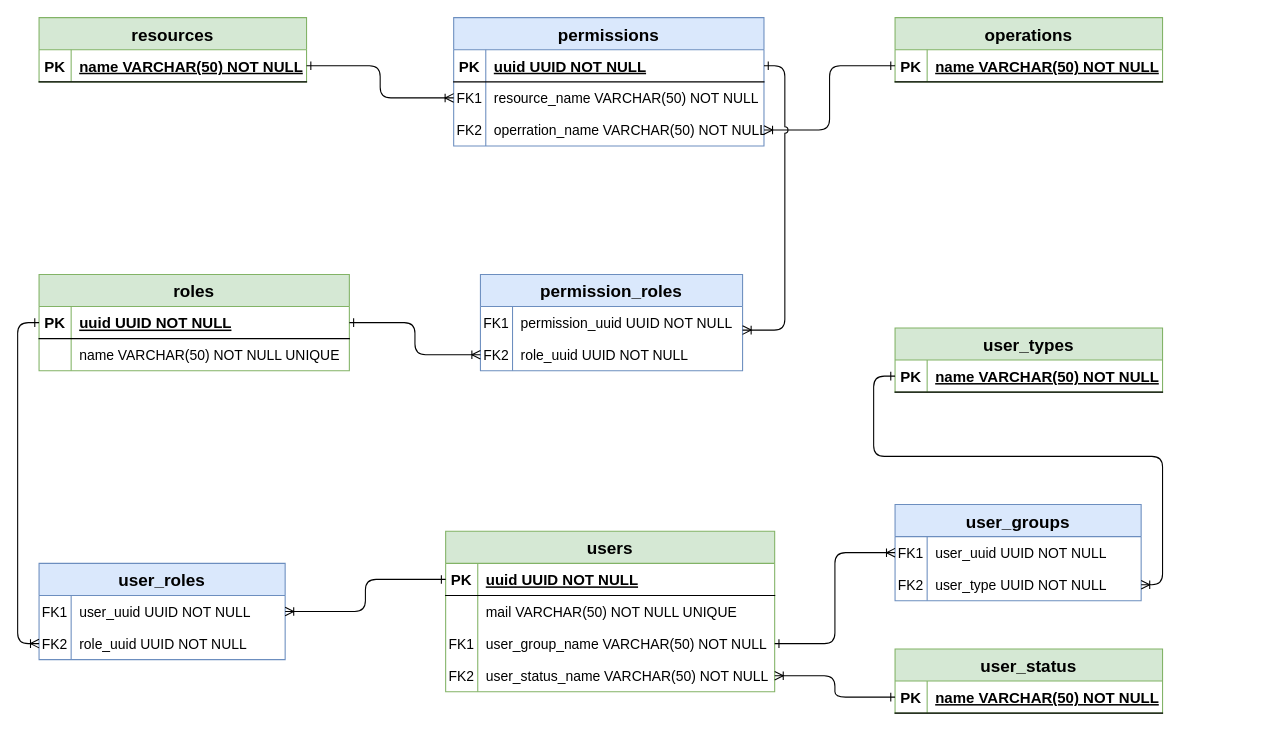
Above: diagrams/entity_relationship.drawio in jonathanroddev/Alfred (draw.io), before the change. Source tidied: cells renumbered, new cells numbered last; positions are measured from the earlier drawing's top-left corner, leaving out a move shared by most shapes. Both pictures are drawn from the tidied source at 107%, with x=0, y=0 at pixel (39, 17).
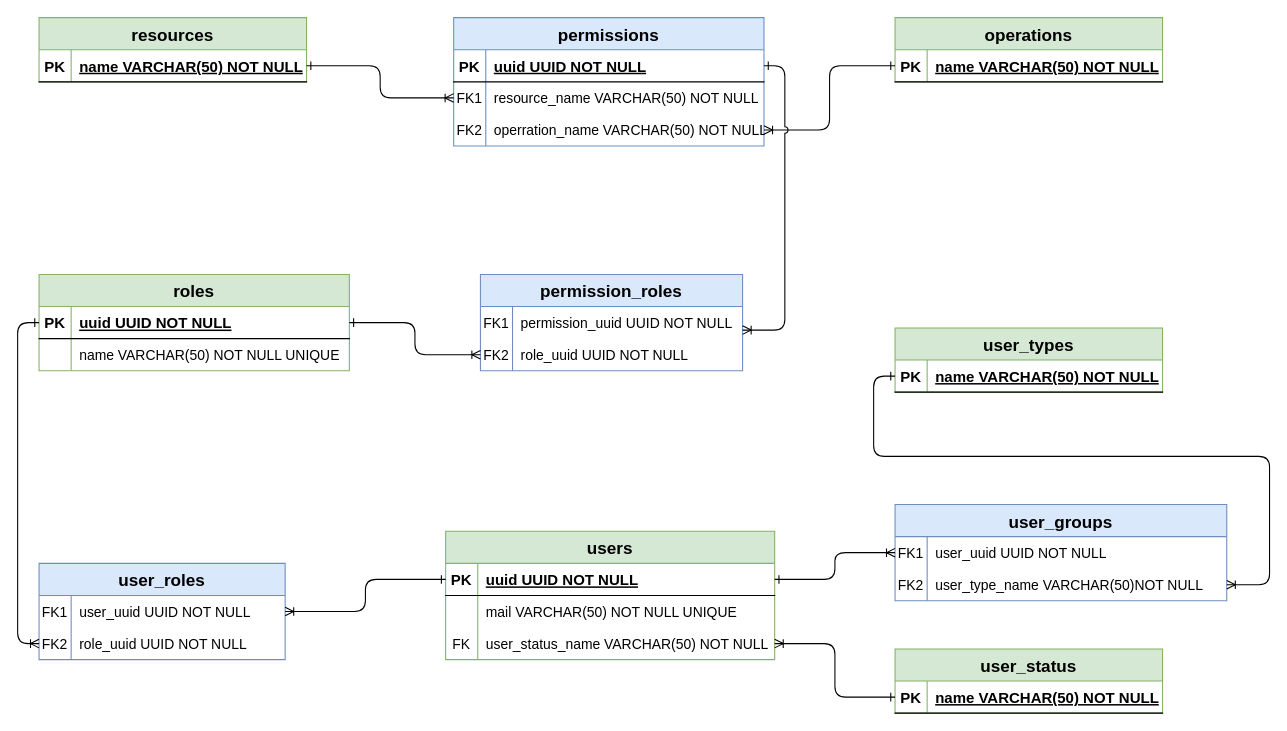
After the change.

The change refers to these unchanged cells:
```xml
<mxCell id="35" style="shape=partialRectangle;fillColor=none;points=[[0,0.5],[1,0.5]];portConstraint=eastwest;top=0;left=0;right=0;bottom=1;fontSize=13;" parent="34" vertex="1">
  <mxGeometry y="30" width="307.5" height="30" as="geometry" />
</mxCell>
<mxCell id="55" style="shape=partialRectangle;fillColor=none;points=[[0,0.5],[1,0.5]];portConstraint=eastwest;top=0;left=0;right=0;bottom=1;" parent="54" vertex="1">
  <mxGeometry y="30" width="250" height="30" as="geometry" />
</mxCell>
```

Change to the diagram source:
```diff
@@
     <mxCell id="34" value="users" style="shape=table;startSize=30;childLayout=tableLayout;rowLines=0;fontStyle=1;align=center;fontSize=16;fillColor=#d5e8d4;strokeColor=#82b366;" parent="1" vertex="1">
-      <mxGeometry x="380" y="480" width="307.5" height="150" as="geometry" />
+      <mxGeometry x="380" y="480" width="307.5" height="120" as="geometry" />
     </mxCell>
@@
-    <mxCell id="41" style="shape=partialRectangle;fillColor=none;points=[[0,0.5],[1,0.5]];portConstraint=eastwest;top=0;left=0;right=0;bottom=0;fontSize=13;" parent="34" vertex="1">
-      <mxGeometry y="90" width="307.5" height="30" as="geometry" />
-    </mxCell>
-    <mxCell id="42" value="FK1" style="shape=partialRectangle;overflow=hidden;fillColor=none;top=0;left=0;bottom=0;right=0;fontSize=13;" parent="41" vertex="1">
-      <mxGeometry width="30" height="30" as="geometry" />
-    </mxCell>
-    <mxCell id="43" value="user_group_name VARCHAR(50) NOT NULL" style="shape=partialRectangle;overflow=hidden;fillColor=none;top=0;left=0;bottom=0;right=0;align=left;spacingLeft=6;fontSize=13;" parent="41" vertex="1">
-      <mxGeometry x="30" width="277.5" height="30" as="geometry" />
-    </mxCell>
     <mxCell id="44" style="shape=partialRectangle;fillColor=none;points=[[0,0.5],[1,0.5]];portConstraint=eastwest;top=0;left=0;right=0;bottom=0;fontSize=13;" parent="34" vertex="1">
-      <mxGeometry y="120" width="307.5" height="30" as="geometry" />
+      <mxGeometry y="90" width="307.5" height="30" as="geometry" />
     </mxCell>
-    <mxCell id="45" value="FK2" style="shape=partialRectangle;overflow=hidden;fillColor=none;top=0;left=0;bottom=0;right=0;fontSize=13;" parent="44" vertex="1">
+    <mxCell id="45" value="FK" style="shape=partialRectangle;overflow=hidden;fillColor=none;top=0;left=0;bottom=0;right=0;fontSize=13;" parent="44" vertex="1">
       <mxGeometry width="30" height="30" as="geometry" />
     </mxCell>
@@
     <mxCell id="62" value="user_groups" style="shape=table;startSize=30;childLayout=tableLayout;rowLines=0;fontStyle=1;align=center;fontSize=16;fillColor=#dae8fc;strokeColor=#6c8ebf;" parent="1" vertex="1">
-      <mxGeometry x="800" y="455" width="230" height="90" as="geometry" />
+      <mxGeometry x="800" y="455" width="310" height="90" as="geometry" />
     </mxCell>
     <mxCell id="63" style="shape=partialRectangle;fillColor=none;points=[[0,0.5],[1,0.5]];portConstraint=eastwest;top=0;left=0;right=0;bottom=0;fontSize=13;" parent="62" vertex="1">
-      <mxGeometry y="30" width="230" height="30" as="geometry" />
+      <mxGeometry y="30" width="310" height="30" as="geometry" />
     </mxCell>
@@
     <mxCell id="65" value="user_uuid UUID NOT NULL" style="shape=partialRectangle;overflow=hidden;fillColor=none;top=0;left=0;bottom=0;right=0;align=left;spacingLeft=6;fontSize=13;" parent="63" vertex="1">
-      <mxGeometry x="30" width="200" height="30" as="geometry" />
+      <mxGeometry x="30" width="280" height="30" as="geometry" />
     </mxCell>
     <mxCell id="66" style="shape=partialRectangle;fillColor=none;points=[[0,0.5],[1,0.5]];portConstraint=eastwest;top=0;left=0;right=0;bottom=0;fontSize=13;" parent="62" vertex="1">
-      <mxGeometry y="60" width="230" height="30" as="geometry" />
+      <mxGeometry y="60" width="310" height="30" as="geometry" />
     </mxCell>
@@
-    <mxCell id="68" value="user_type UUID NOT NULL" style="shape=partialRectangle;overflow=hidden;fillColor=none;top=0;left=0;bottom=0;right=0;align=left;spacingLeft=6;fontSize=13;" parent="66" vertex="1">
-      <mxGeometry x="30" width="200" height="30" as="geometry" />
+    <mxCell id="68" value="user_type_name VARCHAR(50)NOT NULL" style="shape=partialRectangle;overflow=hidden;fillColor=none;top=0;left=0;bottom=0;right=0;align=left;spacingLeft=6;fontSize=13;" parent="66" vertex="1">
+      <mxGeometry x="30" width="280" height="30" as="geometry" />
     </mxCell>
@@
-    <mxCell id="76" style="edgeStyle=orthogonalEdgeStyle;rounded=1;jettySize=auto;html=1;exitX=1;exitY=0.5;exitDx=0;exitDy=0;entryX=0;entryY=0.5;entryDx=0;entryDy=0;curved=0;endArrow=ERoneToMany;endFill=0;startArrow=ERone;startFill=0;" parent="1" edge="1" source="41" target="63">
+    <mxCell id="76" style="edgeStyle=orthogonalEdgeStyle;rounded=1;jettySize=auto;html=1;exitX=1;exitY=0.5;exitDx=0;exitDy=0;entryX=0;entryY=0.5;entryDx=0;entryDy=0;curved=0;endArrow=ERoneToMany;endFill=0;startArrow=ERone;startFill=0;" parent="1" edge="1" source="35" target="63">
       <mxGeometry relative="1" as="geometry" />
     </mxCell>
     <mxCell id="77" style="edgeStyle=orthogonalEdgeStyle;rounded=1;jettySize=auto;html=1;exitX=0;exitY=0.5;exitDx=0;exitDy=0;entryX=1;entryY=0.5;entryDx=0;entryDy=0;curved=0;endArrow=ERoneToMany;endFill=0;startArrow=ERone;startFill=0;" parent="1" edge="1" source="55" target="66">
       <mxGeometry relative="1" as="geometry">
         <Array as="points">
           <mxPoint x="780" y="335" />
           <mxPoint x="780" y="410" />
-          <mxPoint x="1050" y="410" />
-          <mxPoint x="1050" y="530" />
+          <mxPoint x="1150" y="410" />
+          <mxPoint x="1150" y="530" />
         </Array>
       </mxGeometry>
     </mxCell>
```
